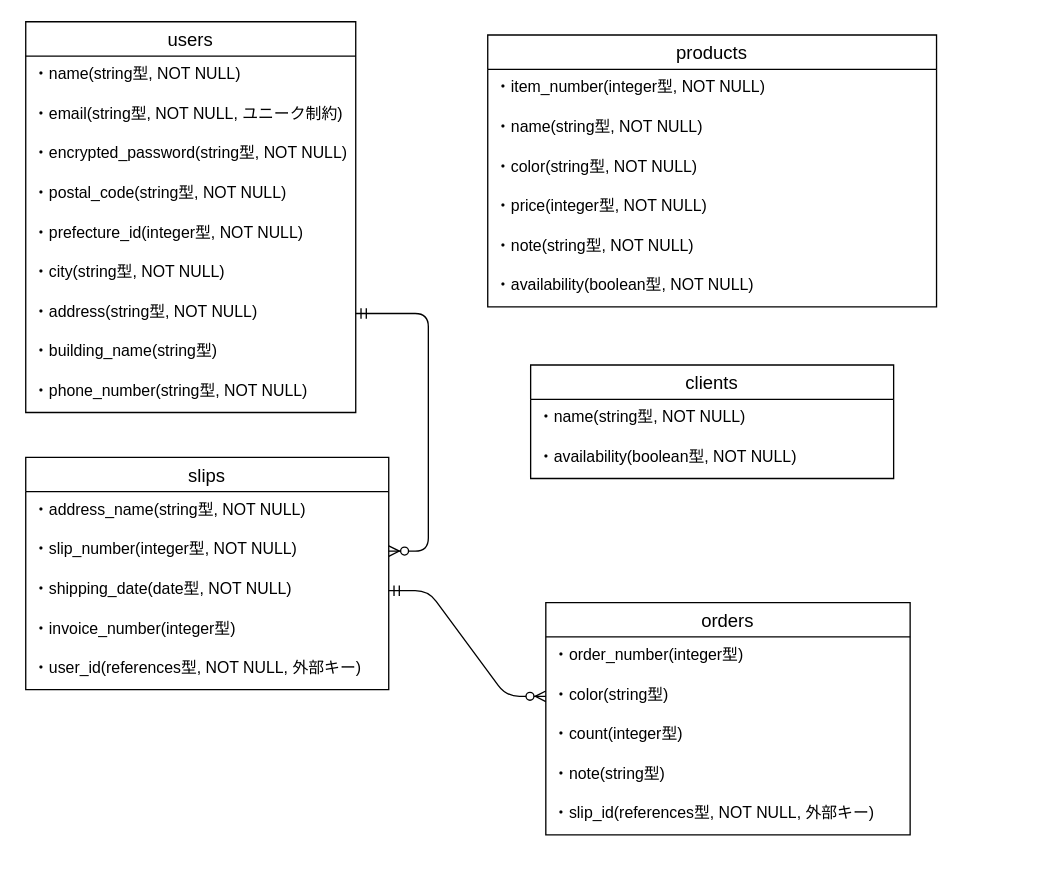
This is easy_slips.dio from hiddy0329/easy_slips, a draw.io file, before an edit. Source tidied: cells renumbered, new cells numbered last; positions are measured from the earlier drawing's top-left corner, leaving out a move shared by most shapes. Both pictures are drawn from the tidied source at 132%, with x=0, y=0 at pixel (25, 21).
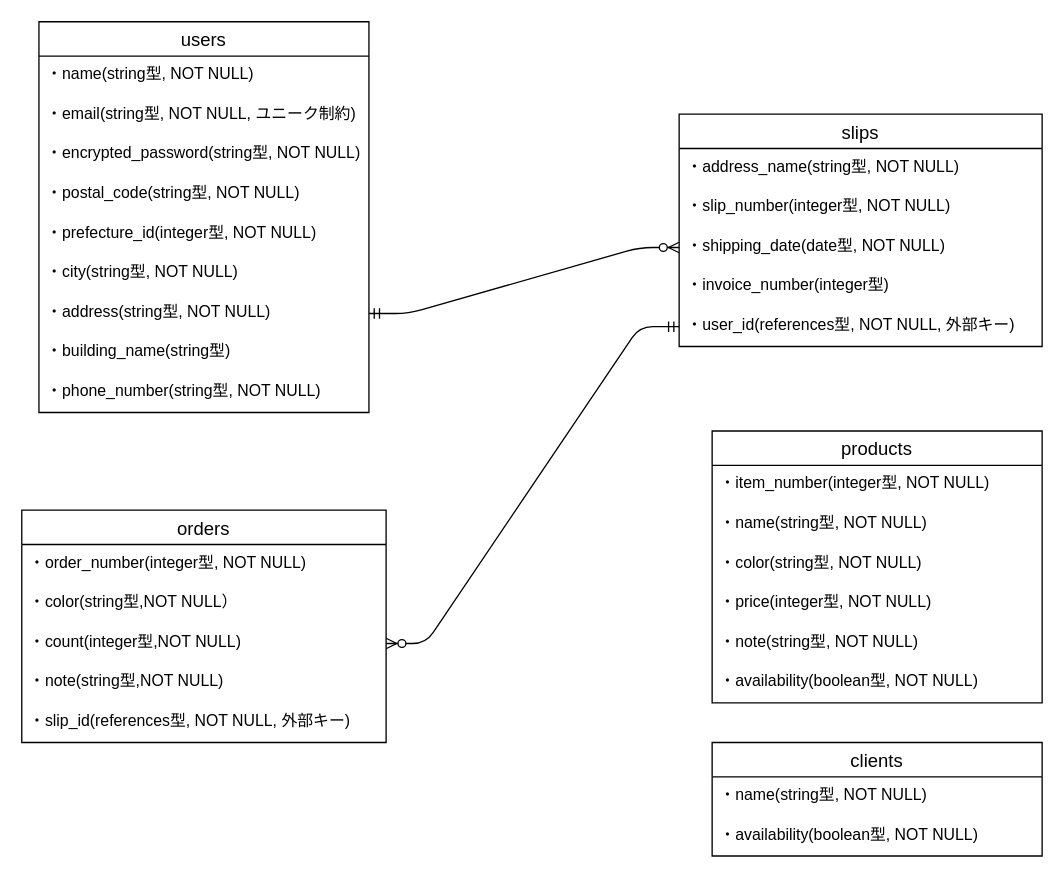
The same diagram, later.

Commit message (it also covers changes not shown here):
ER図とREADMEの修正

The change refers to these unchanged cells:
```xml
<mxCell id="9" value="・address(string型, NOT NULL)" style="text;strokeColor=none;fillColor=none;spacingLeft=4;spacingRight=4;overflow=hidden;points=[[0,0.5],[1,0.5]];portConstraint=eastwest;fontSize=12;" parent="2" vertex="1">
  <mxGeometry y="206" width="250" height="30" as="geometry" />
</mxCell>
<mxCell id="24" value="・slip_number(integer型, NOT NULL)" style="text;strokeColor=none;fillColor=none;spacingLeft=4;spacingRight=4;overflow=hidden;points=[[0,0.5],[1,0.5]];portConstraint=eastwest;fontSize=12;" parent="22" vertex="1">
  <mxGeometry y="56" width="275" height="30" as="geometry" />
</mxCell>
<mxCell id="25" value="・shipping_date(date型, NOT NULL)" style="text;strokeColor=none;fillColor=none;spacingLeft=4;spacingRight=4;overflow=hidden;points=[[0,0.5],[1,0.5]];portConstraint=eastwest;fontSize=12;" parent="22" vertex="1">
  <mxGeometry y="86" width="275" height="30" as="geometry" />
</mxCell>
<mxCell id="27" value="・user_id(references型, NOT NULL, 外部キー)" style="text;strokeColor=none;fillColor=none;spacingLeft=4;spacingRight=4;overflow=hidden;points=[[0,0.5],[1,0.5]];portConstraint=eastwest;fontSize=12;" parent="22" vertex="1">
  <mxGeometry y="146" width="275" height="30" as="geometry" />
</mxCell>
```

What changed in the source:
```diff
@@
     <mxCell id="2" value="users" style="swimlane;fontStyle=0;horizontal=1;startSize=26;align=center;fontSize=14;" parent="1" vertex="1">
-      <mxGeometry width="250" height="296" as="geometry" />
+      <mxGeometry x="10" width="250" height="296" as="geometry" />
     </mxCell>
@@
     <mxCell id="12" value="clients" style="swimlane;fontStyle=0;horizontal=1;startSize=26;align=center;fontSize=14;" parent="1" vertex="1">
-      <mxGeometry x="382.5" y="260" width="275" height="86" as="geometry" />
+      <mxGeometry x="520" y="546" width="250" height="86" as="geometry" />
     </mxCell>
     <mxCell id="13" value="・name(string型, NOT NULL)" style="text;strokeColor=none;fillColor=none;spacingLeft=4;spacingRight=4;overflow=hidden;fontSize=12;" parent="12" vertex="1">
-      <mxGeometry y="26" width="275" height="30" as="geometry" />
+      <mxGeometry y="26" width="250" height="30" as="geometry" />
     </mxCell>
     <mxCell id="14" value="・availability(boolean型, NOT NULL)" style="text;strokeColor=none;fillColor=none;spacingLeft=4;spacingRight=4;overflow=hidden;fontSize=12;" parent="12" vertex="1">
-      <mxGeometry y="56" width="275" height="30" as="geometry" />
+      <mxGeometry y="56" width="250" height="30" as="geometry" />
     </mxCell>
     <mxCell id="15" value="products" style="swimlane;fontStyle=0;horizontal=1;startSize=26;align=center;fontSize=14;" parent="1" vertex="1">
-      <mxGeometry x="350" y="10" width="340" height="206" as="geometry" />
+      <mxGeometry x="520" y="310" width="250" height="206" as="geometry" />
     </mxCell>
     <mxCell id="16" value="・item_number(integer型, NOT NULL)" style="text;strokeColor=none;fillColor=none;spacingLeft=4;spacingRight=4;overflow=hidden;fontSize=12;" parent="15" vertex="1">
-      <mxGeometry y="26" width="340" height="30" as="geometry" />
+      <mxGeometry y="26" width="250" height="30" as="geometry" />
     </mxCell>
     <mxCell id="17" value="・name(string型, NOT NULL)" style="text;strokeColor=none;fillColor=none;spacingLeft=4;spacingRight=4;overflow=hidden;fontSize=12;" parent="15" vertex="1">
-      <mxGeometry y="56" width="340" height="30" as="geometry" />
+      <mxGeometry y="56" width="250" height="30" as="geometry" />
     </mxCell>
     <mxCell id="18" value="・color(string型, NOT NULL)" style="text;strokeColor=none;fillColor=none;spacingLeft=4;spacingRight=4;overflow=hidden;fontSize=12;" parent="15" vertex="1">
-      <mxGeometry y="86" width="340" height="30" as="geometry" />
+      <mxGeometry y="86" width="250" height="30" as="geometry" />
     </mxCell>
     <mxCell id="19" value="・price(integer型, NOT NULL)" style="text;strokeColor=none;fillColor=none;spacingLeft=4;spacingRight=4;overflow=hidden;fontSize=12;" parent="15" vertex="1">
-      <mxGeometry y="116" width="340" height="30" as="geometry" />
+      <mxGeometry y="116" width="250" height="30" as="geometry" />
     </mxCell>
     <mxCell id="20" value="・note(string型, NOT NULL)" style="text;strokeColor=none;fillColor=none;spacingLeft=4;spacingRight=4;overflow=hidden;fontSize=12;" parent="15" vertex="1">
-      <mxGeometry y="146" width="340" height="30" as="geometry" />
+      <mxGeometry y="146" width="250" height="30" as="geometry" />
     </mxCell>
     <mxCell id="21" value="・availability(boolean型, NOT NULL)" style="text;strokeColor=none;fillColor=none;spacingLeft=4;spacingRight=4;overflow=hidden;fontSize=12;" parent="15" vertex="1">
-      <mxGeometry y="176" width="340" height="30" as="geometry" />
+      <mxGeometry y="176" width="250" height="30" as="geometry" />
     </mxCell>
     <mxCell id="22" value="slips" style="swimlane;fontStyle=0;horizontal=1;startSize=26;align=center;fontSize=14;" parent="1" vertex="1">
-      <mxGeometry y="330" width="275" height="176" as="geometry" />
+      <mxGeometry x="495" y="70" width="275" height="176" as="geometry" />
     </mxCell>
@@
-    <mxCell id="28" style="edgeStyle=entityRelationEdgeStyle;fontSize=12;html=1;endArrow=ERzeroToMany;startArrow=ERmandOne;exitX=1;exitY=0.5;exitDx=0;exitDy=0;" parent="1" edge="1" source="9" target="24">
+    <mxCell id="28" style="edgeStyle=entityRelationEdgeStyle;fontSize=12;html=1;endArrow=ERzeroToMany;startArrow=ERmandOne;exitX=1;exitY=0.5;exitDx=0;exitDy=0;" parent="1" edge="1" source="9" target="25">
       <mxGeometry relative="1" as="geometry" />
     </mxCell>
     <mxCell id="29" value="orders" style="swimlane;fontStyle=0;horizontal=1;startSize=26;align=center;fontSize=14;" parent="1" vertex="1">
-      <mxGeometry x="394" y="440" width="276" height="176" as="geometry" />
+      <mxGeometry x="-3" y="370" width="276" height="176" as="geometry" />
     </mxCell>
-    <mxCell id="30" value="・order_number(integer型)" style="text;strokeColor=none;fillColor=none;spacingLeft=4;spacingRight=4;overflow=hidden;fontSize=12;" parent="29" vertex="1">
+    <mxCell id="30" value="・order_number(integer型, NOT NULL)" style="text;strokeColor=none;fillColor=none;spacingLeft=4;spacingRight=4;overflow=hidden;fontSize=12;" parent="29" vertex="1">
       <mxGeometry y="26" width="276" height="30" as="geometry" />
     </mxCell>
-    <mxCell id="31" value="・color(string型)" style="text;strokeColor=none;fillColor=none;spacingLeft=4;spacingRight=4;overflow=hidden;points=[[0,0.5],[1,0.5]];portConstraint=eastwest;fontSize=12;" parent="29" vertex="1">
+    <mxCell id="31" value="・color(string型,NOT NULL）" style="text;strokeColor=none;fillColor=none;spacingLeft=4;spacingRight=4;overflow=hidden;points=[[0,0.5],[1,0.5]];portConstraint=eastwest;fontSize=12;" parent="29" vertex="1">
       <mxGeometry y="56" width="276" height="30" as="geometry" />
     </mxCell>
-    <mxCell id="32" value="・count(integer型)" style="text;strokeColor=none;fillColor=none;spacingLeft=4;spacingRight=4;overflow=hidden;points=[[0,0.5],[1,0.5]];portConstraint=eastwest;fontSize=12;" parent="29" vertex="1">
+    <mxCell id="32" value="・count(integer型,NOT NULL)" style="text;strokeColor=none;fillColor=none;spacingLeft=4;spacingRight=4;overflow=hidden;points=[[0,0.5],[1,0.5]];portConstraint=eastwest;fontSize=12;" parent="29" vertex="1">
       <mxGeometry y="86" width="276" height="30" as="geometry" />
     </mxCell>
-    <mxCell id="33" value="・note(string型)" style="text;strokeColor=none;fillColor=none;spacingLeft=4;spacingRight=4;overflow=hidden;fontSize=12;" parent="29" vertex="1">
+    <mxCell id="33" value="・note(string型,NOT NULL)" style="text;strokeColor=none;fillColor=none;spacingLeft=4;spacingRight=4;overflow=hidden;fontSize=12;" parent="29" vertex="1">
       <mxGeometry y="116" width="276" height="30" as="geometry" />
     </mxCell>
@@
-    <mxCell id="35" style="edgeStyle=entityRelationEdgeStyle;fontSize=12;html=1;endArrow=ERzeroToMany;startArrow=ERmandOne;entryX=0;entryY=0.5;entryDx=0;entryDy=0;exitX=1;exitY=0.5;exitDx=0;exitDy=0;" parent="1" edge="1" source="25" target="31">
-      <mxGeometry relative="1" as="geometry" />
-    </mxCell>
+    <mxCell id="36" style="edgeStyle=entityRelationEdgeStyle;fontSize=12;html=1;endArrow=ERzeroToMany;startArrow=ERmandOne;entryX=1;entryY=0.5;entryDx=0;entryDy=0;exitX=0;exitY=0.5;exitDx=0;exitDy=0;" parent="1" edge="1" source="27" target="32">
+      <mxGeometry relative="1" as="geometry" />
+    </mxCell>
```
